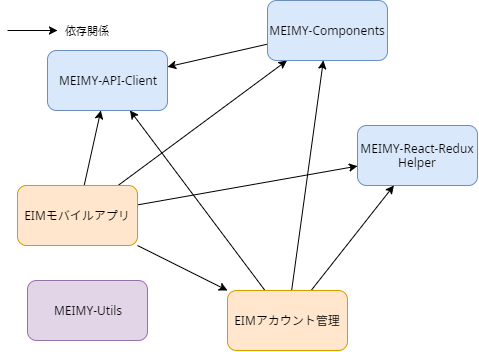
This is documents/meimy-libraries.png from rits-ebihara/meimy-starter, a draw.io export, as it was before one commit. Source tidied: cells renumbered, new cells last; positions are measured from the earlier drawing's top-left corner, leaving out a move shared by most shapes.
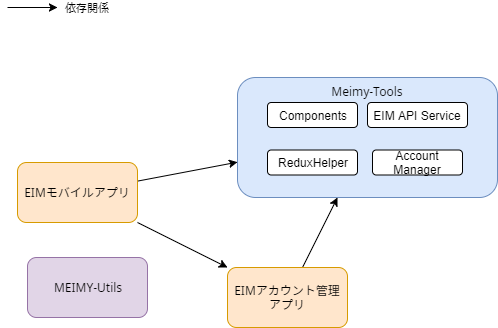
Later version of the same file.

What changed in the source:
```diff
@@ -2,33 +2,18 @@
   <root>
     <mxCell id="0" />
     <mxCell id="1" parent="0" />
-    <mxCell id="2" style="rounded=0;html=1;jettySize=auto;fontFamily=更紗ゴシック J;" parent="1" edge="1" source="6" target="7">
-      <mxGeometry relative="1" as="geometry" />
-    </mxCell>
     <mxCell id="3" style="edgeStyle=none;rounded=0;html=1;jettySize=auto;fontFamily=更紗ゴシック J;" parent="1" edge="1" source="6" target="9">
       <mxGeometry relative="1" as="geometry" />
     </mxCell>
-    <mxCell id="4" style="edgeStyle=none;rounded=0;html=1;jettySize=auto;" parent="1" edge="1" source="6" target="10">
-      <mxGeometry relative="1" as="geometry" />
-    </mxCell>
     <mxCell id="5" style="edgeStyle=none;rounded=0;html=1;jettySize=auto;" parent="1" edge="1" source="6" target="15">
       <mxGeometry relative="1" as="geometry" />
     </mxCell>
     <mxCell id="6" value="EIMモバイルアプリ" style="rounded=1;whiteSpace=wrap;html=1;fillColor=#ffe6cc;strokeColor=#d79b00;fontFamily=更紗ゴシック J;" parent="1" vertex="1">
       <mxGeometry x="10" y="185" width="120" height="60" as="geometry" />
     </mxCell>
-    <mxCell id="7" value="MEIMY-API-Client&lt;br&gt;" style="rounded=1;whiteSpace=wrap;html=1;fillColor=#dae8fc;strokeColor=#6c8ebf;fontFamily=更紗ゴシック J;" parent="1" vertex="1">
-      <mxGeometry x="40" y="50" width="120" height="60" as="geometry" />
-    </mxCell>
-    <mxCell id="8" style="edgeStyle=none;rounded=0;html=1;jettySize=auto;" parent="1" edge="1" source="9" target="7">
-      <mxGeometry relative="1" as="geometry" />
-    </mxCell>
-    <mxCell id="9" value="MEIMY-Components&lt;br&gt;" style="rounded=1;whiteSpace=wrap;html=1;fillColor=#dae8fc;strokeColor=#6c8ebf;fontFamily=更紗ゴシック J;" parent="1" vertex="1">
-      <mxGeometry x="260" width="120" height="60" as="geometry" />
+    <mxCell id="9" value="Meimy-Tools&lt;br&gt;" style="rounded=1;whiteSpace=wrap;html=1;fillColor=#dae8fc;strokeColor=#6c8ebf;fontFamily=更紗ゴシック J;verticalAlign=top;" parent="1" vertex="1">
+      <mxGeometry x="230" y="100" width="260" height="120" as="geometry" />
     </mxCell>
-    <mxCell id="10" value="MEIMY-React-Redux Helper&lt;br&gt;" style="rounded=1;whiteSpace=wrap;html=1;fillColor=#dae8fc;strokeColor=#6c8ebf;fontFamily=更紗ゴシック J;" parent="1" vertex="1">
-      <mxGeometry x="350" y="125" width="120" height="60" as="geometry" />
-    </mxCell>
     <mxCell id="11" value="依存関係" style="endArrow=classic;html=1;" parent="1" edge="1">
       <mxGeometry x="1" y="30" relative="1" as="geometry">
         <mxPoint y="30" as="sourcePoint" />
@@ -39,17 +24,23 @@
     <mxCell id="12" style="edgeStyle=none;rounded=0;html=1;jettySize=auto;" parent="1" edge="1" source="15" target="9">
       <mxGeometry relative="1" as="geometry" />
     </mxCell>
-    <mxCell id="13" style="edgeStyle=none;rounded=0;html=1;jettySize=auto;" parent="1" edge="1" source="15" target="10">
-      <mxGeometry relative="1" as="geometry" />
-    </mxCell>
-    <mxCell id="14" style="edgeStyle=none;rounded=0;html=1;jettySize=auto;" parent="1" edge="1" source="15" target="7">
-      <mxGeometry relative="1" as="geometry" />
-    </mxCell>
-    <mxCell id="15" value="EIMアカウント管理" style="rounded=1;whiteSpace=wrap;html=1;fillColor=#ffe6cc;strokeColor=#d79b00;fontFamily=更紗ゴシック J;" parent="1" vertex="1">
+    <mxCell id="15" value="EIMアカウント管理アプリ" style="rounded=1;whiteSpace=wrap;html=1;fillColor=#ffe6cc;strokeColor=#d79b00;fontFamily=更紗ゴシック J;" parent="1" vertex="1">
       <mxGeometry x="220" y="290" width="120" height="60" as="geometry" />
     </mxCell>
     <mxCell id="16" value="MEIMY-Utils&lt;br&gt;" style="rounded=1;whiteSpace=wrap;html=1;fillColor=#e1d5e7;strokeColor=#9673a6;fontFamily=更紗ゴシック J;" parent="1" vertex="1">
       <mxGeometry x="20" y="280" width="120" height="60" as="geometry" />
     </mxCell>
+    <mxCell id="17" value="Components" style="rounded=1;whiteSpace=wrap;html=1;" parent="1" vertex="1">
+      <mxGeometry x="260" y="125" width="90" height="25" as="geometry" />
+    </mxCell>
+    <mxCell id="18" value="ReduxHelper&lt;br&gt;" style="rounded=1;whiteSpace=wrap;html=1;" parent="1" vertex="1">
+      <mxGeometry x="260" y="172.5" width="90" height="25" as="geometry" />
+    </mxCell>
+    <mxCell id="19" value="EIM API Service&lt;br&gt;" style="rounded=1;whiteSpace=wrap;html=1;" parent="1" vertex="1">
+      <mxGeometry x="360" y="125" width="100" height="25" as="geometry" />
+    </mxCell>
+    <mxCell id="20" value="Account Manager" style="rounded=1;whiteSpace=wrap;html=1;" parent="1" vertex="1">
+      <mxGeometry x="365" y="172.5" width="90" height="25" as="geometry" />
+    </mxCell>
   </root>
 </mxGraphModel>
```
